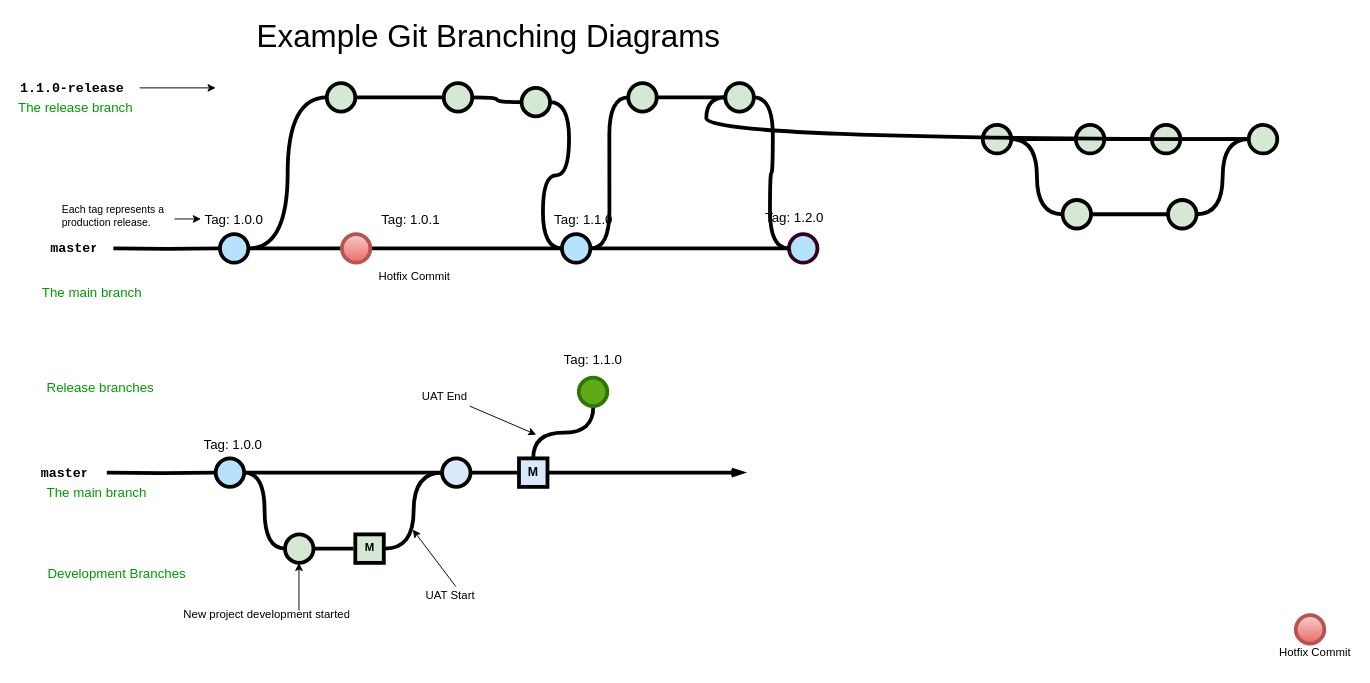
berdem/Tahta keeps this draw.io diagram as Branching_Diagram1.drawio. Above is the earlier version. Source tidied: cells renumbered, new cells numbered last; positions are measured from the earlier drawing's top-left corner, leaving out a move shared by most shapes. Both pictures are drawn from the tidied source at 95%, with x=0, y=0 at pixel (15, 16).
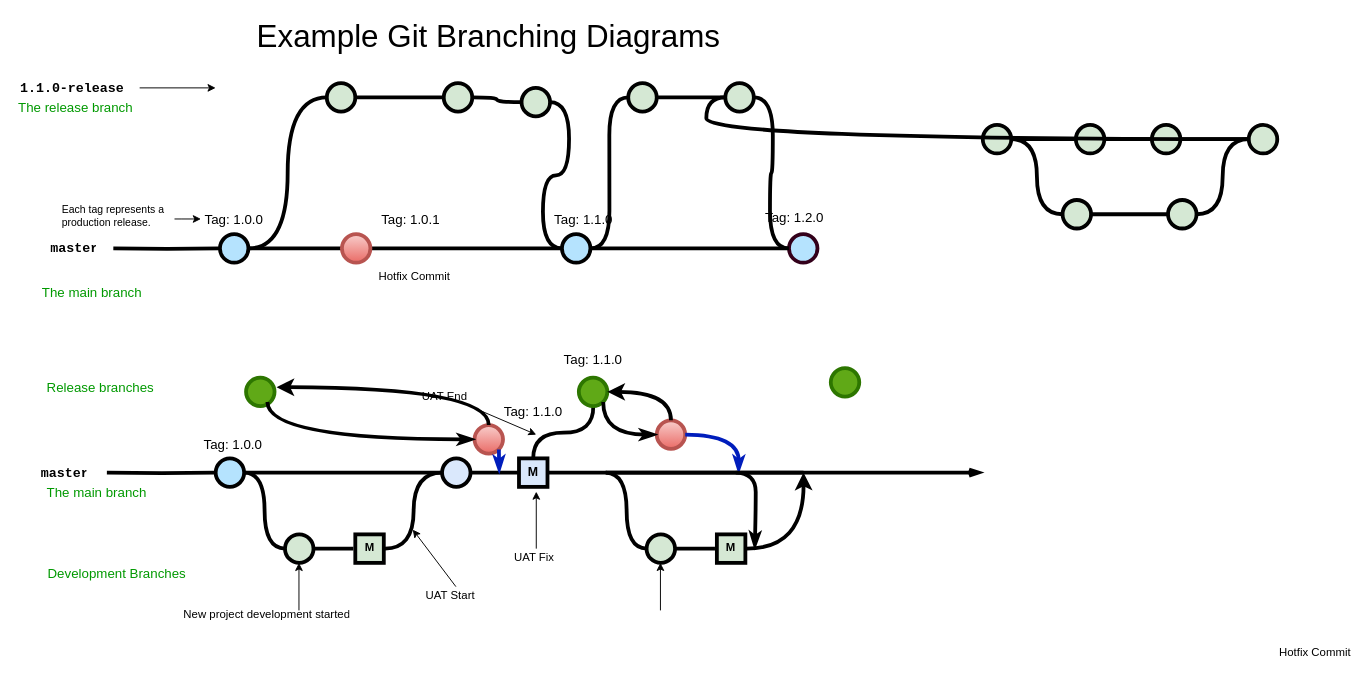
The same diagram, later.

Unchanged cells that the change refers to:
```xml
<mxCell id="71" style="verticalLabelPosition=bottom;verticalAlign=top;html=1;strokeWidth=4;shape=mxgraph.flowchart.on-page_reference;strokeColor=#2D7600;fillColor=#60a917;fontColor=#ffffff;" parent="1" vertex="1">
  <mxGeometry x="592.8" y="380" width="30" height="30" as="geometry" />
</mxCell>
```

What changed in the source:
```diff
@@
     <mxCell id="54" style="edgeStyle=orthogonalEdgeStyle;curved=1;rounded=0;orthogonalLoop=1;jettySize=auto;html=1;endArrow=openThin;endFill=0;strokeWidth=4;fontFamily=Courier New;fontSize=16;startArrow=none;startFill=0;" parent="1" edge="1">
       <mxGeometry relative="1" as="geometry">
         <mxPoint x="559.8" y="480" as="sourcePoint" />
-        <mxPoint x="768" y="480" as="targetPoint" />
+        <mxPoint x="1018" y="480" as="targetPoint" />
       </mxGeometry>
     </mxCell>
@@
     <mxCell id="63" style="verticalLabelPosition=bottom;verticalAlign=top;html=1;strokeWidth=4;shape=mxgraph.flowchart.on-page_reference;plain-blue;gradientColor=#EA6B66;strokeColor=#B85450;fillColor=#F8CECC;" parent="1" vertex="1">
-      <mxGeometry x="1347.5" y="630" width="30" height="30" as="geometry" />
+      <mxGeometry x="674.8" y="425" width="30" height="30" as="geometry" />
     </mxCell>
@@
+    <mxCell id="76" value="Tag: 1.1.0" style="text;html=1;strokeColor=none;fillColor=none;align=center;verticalAlign=middle;whiteSpace=wrap;overflow=hidden;fontSize=14;" parent="1" vertex="1">
+      <mxGeometry x="509.8" y="405" width="70" height="20" as="geometry" />
+    </mxCell>
+    <mxCell id="77" style="edgeStyle=orthogonalEdgeStyle;curved=1;rounded=0;jettySize=auto;html=1;exitX=0.855;exitY=0.855;exitDx=0;exitDy=0;exitPerimeter=0;entryX=0;entryY=0.5;entryDx=0;entryDy=0;entryPerimeter=0;endArrow=classicThin;endFill=1;strokeWidth=4;fontFamily=Courier New;fontColor=#009900;" parent="1" edge="1" source="71" target="63">
+      <mxGeometry relative="1" as="geometry">
+        <Array as="points">
+          <mxPoint x="618" y="440" />
+        </Array>
+      </mxGeometry>
+    </mxCell>
+    <mxCell id="78" style="edgeStyle=orthogonalEdgeStyle;curved=1;rounded=0;jettySize=auto;html=1;entryX=0.5;entryY=0;entryDx=0;entryDy=0;entryPerimeter=0;endArrow=none;endFill=0;strokeWidth=4;fontFamily=Courier New;fontColor=#009900;startArrow=classic;startFill=1;" parent="1" edge="1" source="71" target="63">
+      <mxGeometry relative="1" as="geometry" />
+    </mxCell>
+    <mxCell id="79" style="edgeStyle=orthogonalEdgeStyle;curved=1;rounded=0;orthogonalLoop=1;jettySize=auto;html=1;exitX=0.855;exitY=0.855;exitDx=0;exitDy=0;exitPerimeter=0;endArrow=classicThin;endFill=1;strokeWidth=4;fontFamily=Courier New;fontColor=#009900;fillColor=#0050ef;strokeColor=#001DBC;" parent="1" edge="1">
+      <mxGeometry relative="1" as="geometry">
+        <mxPoint x="704.8" y="440" as="sourcePoint" />
+        <mxPoint x="761" y="480" as="targetPoint" />
+      </mxGeometry>
+    </mxCell>
+    <mxCell id="80" style="endArrow=classic;html=1;strokeWidth=1;fontFamily=Courier New;fontColor=#009900;" parent="1" edge="1">
+      <mxGeometry relative="1" as="geometry">
+        <mxPoint x="678.7" y="625" as="sourcePoint" />
+        <mxPoint x="678.7" y="575" as="targetPoint" />
+      </mxGeometry>
+    </mxCell>
+    <mxCell id="81" style="edgeStyle=orthogonalEdgeStyle;rounded=0;html=1;jettySize=auto;orthogonalLoop=1;plain-blue;endArrow=none;endFill=0;strokeWidth=4;strokeColor=#000000;" parent="1" edge="1">
+      <mxGeometry x="673.1" y="500" as="geometry">
+        <mxPoint x="621.1" y="480" as="sourcePoint" />
+        <mxPoint x="829.3" y="480" as="targetPoint" />
+      </mxGeometry>
+    </mxCell>
+    <mxCell id="82" style="edgeStyle=orthogonalEdgeStyle;curved=1;rounded=0;html=1;exitX=1;exitY=0.5;exitPerimeter=0;entryX=0;entryY=0.5;entryPerimeter=0;endArrow=none;endFill=0;jettySize=auto;strokeWidth=4;fontSize=15;" parent="1" edge="1" target="84">
+      <mxGeometry relative="1" as="geometry">
+        <mxPoint x="621.1" y="480" as="sourcePoint" />
+      </mxGeometry>
+    </mxCell>
+    <mxCell id="83" style="edgeStyle=orthogonalEdgeStyle;curved=1;rounded=0;html=1;exitX=1;exitY=0.5;exitPerimeter=0;entryX=0;entryY=0.5;entryPerimeter=0;endArrow=none;endFill=0;jettySize=auto;strokeWidth=4;fontSize=15;" parent="1" edge="1" source="84">
+      <mxGeometry relative="1" as="geometry">
+        <mxPoint x="736.1" y="560" as="targetPoint" />
+      </mxGeometry>
+    </mxCell>
+    <mxCell id="84" style="verticalLabelPosition=bottom;verticalAlign=top;html=1;strokeWidth=4;shape=mxgraph.flowchart.on-page_reference;plain-purple;gradientColor=none;strokeColor=#000000;fillColor=#D5E8D4;" parent="1" vertex="1">
+      <mxGeometry x="664.1" y="545" width="30" height="30" as="geometry" />
+    </mxCell>
+    <mxCell id="85" style="edgeStyle=orthogonalEdgeStyle;curved=1;rounded=0;html=1;entryX=0;entryY=0.5;entryPerimeter=0;endArrow=classic;endFill=1;jettySize=auto;orthogonalLoop=1;strokeWidth=4;fontSize=15;" parent="1" edge="1">
+      <mxGeometry relative="1" as="geometry">
+        <mxPoint x="768.6" y="560" as="sourcePoint" />
+        <mxPoint x="829.3" y="480" as="targetPoint" />
+      </mxGeometry>
+    </mxCell>
+    <mxCell id="86" value="&lt;b&gt;M&lt;/b&gt;" style="whiteSpace=wrap;html=1;verticalAlign=top;fillColor=#D5E8D4;strokeColor=#000000;strokeWidth=4;gradientColor=none;" parent="1" vertex="1">
+      <mxGeometry x="738.1" y="545" width="30" height="30" as="geometry" />
+    </mxCell>
+    <mxCell id="87" style="edgeStyle=orthogonalEdgeStyle;curved=1;rounded=0;orthogonalLoop=1;jettySize=auto;html=1;endArrow=classicThin;endFill=1;strokeWidth=4;fontFamily=Courier New;fontColor=#009900;" parent="1" edge="1">
+      <mxGeometry relative="1" as="geometry">
+        <mxPoint x="758" y="480" as="sourcePoint" />
+        <mxPoint x="778" y="560" as="targetPoint" />
+      </mxGeometry>
+    </mxCell>
+    <mxCell id="88" style="endArrow=classic;html=1;strokeWidth=1;fontFamily=Courier New;fontColor=#009900;" parent="1" edge="1">
+      <mxGeometry relative="1" as="geometry">
+        <mxPoint x="548" y="560" as="sourcePoint" />
+        <mxPoint x="548" y="500" as="targetPoint" />
+      </mxGeometry>
+    </mxCell>
+    <mxCell id="89" value="&lt;span style=&quot;text-align: center&quot;&gt;UAT Fix&lt;br&gt;&lt;/span&gt;" style="text;html=1;strokeColor=none;fillColor=none;align=left;verticalAlign=middle;whiteSpace=wrap;overflow=hidden;fontSize=12;fontStyle=0;fontColor=#000000;" parent="1" vertex="1">
+      <mxGeometry x="523" y="560" width="52" height="20" as="geometry" />
+    </mxCell>
+    <mxCell id="90" style="verticalLabelPosition=bottom;verticalAlign=top;html=1;strokeWidth=4;shape=mxgraph.flowchart.on-page_reference;strokeColor=#2D7600;fillColor=#60a917;fontColor=#ffffff;" parent="1" vertex="1">
+      <mxGeometry x="242.5" y="380" width="30" height="30" as="geometry" />
+    </mxCell>
+    <mxCell id="91" style="verticalLabelPosition=bottom;verticalAlign=top;html=1;strokeWidth=4;shape=mxgraph.flowchart.on-page_reference;plain-blue;gradientColor=#EA6B66;strokeColor=#B85450;fillColor=#F8CECC;" parent="1" vertex="1">
+      <mxGeometry x="483" y="430" width="30" height="30" as="geometry" />
+    </mxCell>
+    <mxCell id="92" style="edgeStyle=orthogonalEdgeStyle;curved=1;rounded=0;jettySize=auto;html=1;exitX=0.855;exitY=0.855;exitDx=0;exitDy=0;exitPerimeter=0;entryX=0;entryY=0.5;entryDx=0;entryDy=0;entryPerimeter=0;endArrow=classicThin;endFill=1;strokeWidth=4;fontFamily=Courier New;fontColor=#009900;" parent="1" edge="1" target="91">
+      <mxGeometry relative="1" as="geometry">
+        <mxPoint x="265" y="405.7" as="sourcePoint" />
+        <Array as="points">
+          <mxPoint x="265" y="445" />
+        </Array>
+      </mxGeometry>
+    </mxCell>
+    <mxCell id="93" style="edgeStyle=orthogonalEdgeStyle;curved=1;rounded=0;jettySize=auto;html=1;exitX=1.175;exitY=0.333;exitDx=0;exitDy=0;exitPerimeter=0;entryX=0.5;entryY=0;entryDx=0;entryDy=0;entryPerimeter=0;endArrow=none;endFill=0;strokeWidth=4;fontFamily=Courier New;fontColor=#009900;startArrow=classic;startFill=1;" parent="1" edge="1" target="91">
+      <mxGeometry relative="1" as="geometry">
+        <mxPoint x="274.6" y="390" as="sourcePoint" />
+      </mxGeometry>
+    </mxCell>
+    <mxCell id="94" style="edgeStyle=orthogonalEdgeStyle;curved=1;rounded=0;jettySize=auto;html=1;exitX=0.855;exitY=0.855;exitDx=0;exitDy=0;exitPerimeter=0;endArrow=classicThin;endFill=1;strokeWidth=4;fontFamily=Courier New;fontColor=#009900;fillColor=#0050ef;strokeColor=#001DBC;" parent="1" edge="1" source="91">
+      <mxGeometry relative="1" as="geometry">
+        <mxPoint x="509" y="480" as="targetPoint" />
+      </mxGeometry>
+    </mxCell>
+    <mxCell id="95" style="verticalLabelPosition=bottom;verticalAlign=top;html=1;strokeWidth=4;shape=mxgraph.flowchart.on-page_reference;strokeColor=#2D7600;fillColor=#60a917;fontColor=#ffffff;" parent="1" vertex="1">
+      <mxGeometry x="858" y="370" width="30" height="30" as="geometry" />
+    </mxCell>
```
